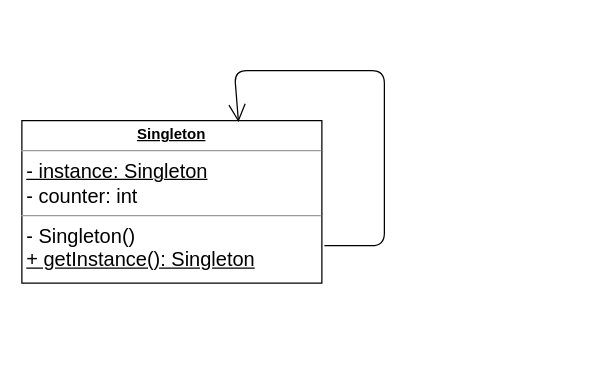
This is com/cc/java/singleton/_singleton.drawio from 05-FUEM-I-ComCaveMS/02_Design_Patterns, a draw.io file, before an edit. Source tidied: cells renumbered, new cells numbered last; positions are measured from the earlier drawing's top-left corner, leaving out a move shared by most shapes. Both pictures are drawn from the tidied source at 125%, with x=0, y=0 at pixel (21, 70).
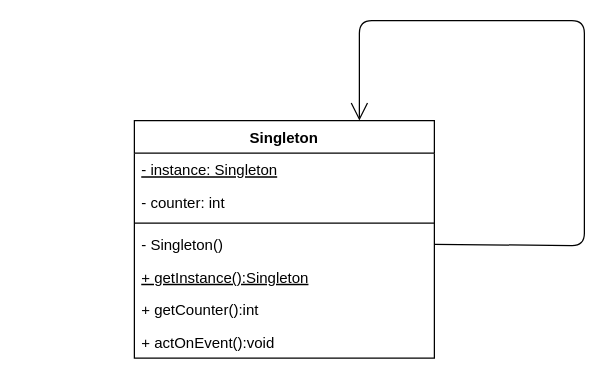
After the change.

Diff of the diagram source:
```diff
@@
 <mxGraphModel>
   <root>
     <mxCell id="0" />
     <mxCell id="1" parent="0" />
-    <mxCell id="2" value="&lt;p style=&quot;margin: 0px ; margin-top: 4px ; text-align: center&quot;&gt;&lt;font style=&quot;font-size: 12px&quot;&gt;&lt;b&gt;&lt;u&gt;Singleton&lt;/u&gt;&lt;/b&gt;&lt;/font&gt;&lt;/p&gt;&lt;hr size=&quot;1&quot;&gt;&lt;p style=&quot;margin: 0px ; margin-left: 4px&quot;&gt;&lt;font size=&quot;3&quot;&gt;&lt;u&gt;- instance: Singleton&lt;/u&gt;&lt;/font&gt;&lt;/p&gt;&lt;p style=&quot;margin: 0px ; margin-left: 4px&quot;&gt;&lt;font size=&quot;3&quot;&gt;- counter: int&lt;/font&gt;&lt;/p&gt;&lt;hr size=&quot;1&quot;&gt;&lt;p style=&quot;margin: 0px ; margin-left: 4px&quot;&gt;&lt;font size=&quot;3&quot;&gt;- Singleton&lt;/font&gt;&lt;span style=&quot;font-size: medium&quot;&gt;()&lt;/span&gt;&lt;/p&gt;&lt;p style=&quot;margin: 0px ; margin-left: 4px&quot;&gt;&lt;font size=&quot;3&quot;&gt;&lt;u&gt;+ getInstance(): Singleton&lt;/u&gt;&lt;br&gt;&lt;/font&gt;&lt;/p&gt;&lt;p style=&quot;margin: 0px ; margin-left: 4px&quot;&gt;&lt;br&gt;&lt;/p&gt;&lt;p style=&quot;margin: 0px ; margin-left: 4px&quot;&gt;&lt;br&gt;&lt;/p&gt;&lt;p style=&quot;margin: 0px ; margin-left: 4px&quot;&gt;&lt;br&gt;&lt;/p&gt;" style="verticalAlign=top;align=left;overflow=fill;fontSize=12;fontFamily=Helvetica;html=1;" parent="1" vertex="1">
-      <mxGeometry y="40" width="240" height="130" as="geometry" />
-    </mxCell>
-    <mxCell id="3" style="endArrow=open;endFill=1;endSize=12;html=1;entryX=0.722;entryY=0.009;entryDx=0;entryDy=0;entryPerimeter=0;" parent="1" edge="1" target="2">
-      <mxGeometry relative="1" as="geometry">
-        <mxPoint x="242" y="140" as="sourcePoint" />
-        <Array as="points">
-          <mxPoint x="290" y="140" />
-          <mxPoint x="290" />
-          <mxPoint x="170" />
-        </Array>
-      </mxGeometry>
-    </mxCell>
-    <mxCell id="4" style="edgeStyle=orthogonalEdgeStyle;rounded=0;orthogonalLoop=1;jettySize=auto;html=1;exitX=0.5;exitY=1;exitDx=0;exitDy=0;" parent="1" edge="1" source="2" target="2">
-      <mxGeometry relative="1" as="geometry" />
+    <mxCell id="4" style="edgeStyle=orthogonalEdgeStyle;rounded=0;orthogonalLoop=1;jettySize=auto;html=1;exitX=0.5;exitY=1;exitDx=0;exitDy=0;" parent="1" edge="1">
+      <mxGeometry relative="1" as="geometry">
+        <mxPoint x="120" y="170" as="sourcePoint" />
+        <mxPoint x="120" y="170" as="targetPoint" />
+      </mxGeometry>
     </mxCell>
+    <mxCell id="5" value="Singleton" style="swimlane;fontStyle=1;align=center;verticalAlign=top;horizontal=1;startSize=26;" parent="1" vertex="1">
+      <mxGeometry x="90" y="40" width="240" height="190" as="geometry" />
+    </mxCell>
+    <mxCell id="6" value="- instance: Singleton" style="text;strokeColor=none;fillColor=none;align=left;verticalAlign=top;spacingLeft=4;spacingRight=4;overflow=hidden;fontStyle=4;" parent="5" vertex="1">
+      <mxGeometry y="26" width="240" height="26" as="geometry" />
+    </mxCell>
+    <mxCell id="7" value="- counter: int" style="text;strokeColor=none;fillColor=none;align=left;verticalAlign=top;spacingLeft=4;spacingRight=4;overflow=hidden;" parent="5" vertex="1">
+      <mxGeometry y="52" width="240" height="26" as="geometry" />
+    </mxCell>
+    <mxCell id="8" style="line;strokeWidth=1;fillColor=none;align=left;verticalAlign=middle;spacingTop=-1;spacingLeft=3;spacingRight=3;labelPosition=right;strokeColor=inherit;" parent="5" vertex="1">
+      <mxGeometry y="78" width="240" height="8" as="geometry" />
+    </mxCell>
+    <mxCell id="9" value="- Singleton()" style="text;strokeColor=none;fillColor=none;align=left;verticalAlign=top;spacingLeft=4;spacingRight=4;overflow=hidden;points=[[0,0.5],[1,0.5]];portConstraint=eastwest;" parent="5" vertex="1">
+      <mxGeometry y="86" width="240" height="26" as="geometry" />
+    </mxCell>
+    <mxCell id="10" value="+ getInstance():Singleton" style="text;strokeColor=none;fillColor=none;align=left;verticalAlign=top;spacingLeft=4;spacingRight=4;overflow=hidden;fontStyle=4;" parent="5" vertex="1">
+      <mxGeometry y="112" width="240" height="26" as="geometry" />
+    </mxCell>
+    <mxCell id="11" value="+ getCounter():int" style="text;strokeColor=none;fillColor=none;align=left;verticalAlign=top;spacingLeft=4;spacingRight=4;overflow=hidden;" parent="5" vertex="1">
+      <mxGeometry y="138" width="240" height="26" as="geometry" />
+    </mxCell>
+    <mxCell id="12" value="+ actOnEvent():void" style="text;strokeColor=none;fillColor=none;align=left;verticalAlign=top;spacingLeft=4;spacingRight=4;overflow=hidden;" parent="5" vertex="1">
+      <mxGeometry y="164" width="240" height="26" as="geometry" />
+    </mxCell>
+    <mxCell id="13" style="endArrow=open;endFill=1;endSize=12;html=1;exitX=1;exitY=0.5;exitDx=0;exitDy=0;entryX=0.75;entryY=0;entryDx=0;entryDy=0;" parent="5" edge="1" source="9" target="5">
+      <mxGeometry relative="1" as="geometry">
+        <Array as="points">
+          <mxPoint x="360" y="100" />
+          <mxPoint x="360" y="-80" />
+          <mxPoint x="320" y="-80" />
+          <mxPoint x="180" y="-80" />
+        </Array>
+      </mxGeometry>
+    </mxCell>
   </root>
 </mxGraphModel>
```
